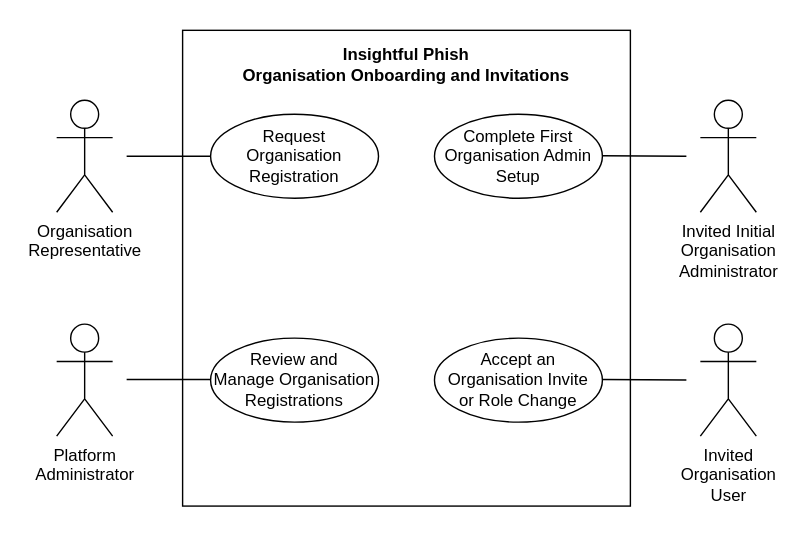
The draw.io diagram docs/demo3/diagrams/srs/use-cases/organisation-onboarding-and-invitations.drawio.svg in COS301-SE-2026/Cybersecurity-Awareness-Training-Platform, before a commit. Source tidied: cells renumbered, new cells last; positions are measured from the earlier drawing's top-left corner, leaving out a move shared by most shapes.
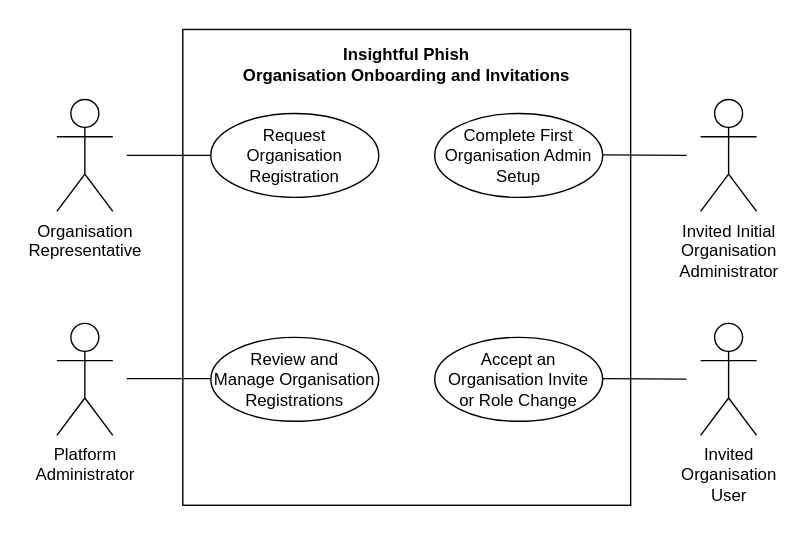
After the commit.

What changed in the source:
```diff
@@ -14,23 +14,23 @@
     <mxCell id="5" value="Request&lt;br&gt;Organisation&lt;br&gt;Registration" style="ellipse;whiteSpace=wrap;html=1;" parent="1" vertex="1">
       <mxGeometry x="110" y="60" width="120" height="60" as="geometry" />
     </mxCell>
-    <mxCell id="6" style="endArrow=none;html=1;rounded=0;entryX=0;entryY=0.5;entryDx=0;entryDy=0;" parent="1" edge="1" target="5">
-      <mxGeometry relative="1" as="geometry">
-        <mxPoint x="50" y="90" as="sourcePoint" />
-      </mxGeometry>
-    </mxCell>
+    <mxCell id="16" style="endArrow=none;html=1;rounded=0;entryX=0;entryY=0.5;entryDx=0;entryDy=0;" parent="1" edge="1" target="5">
+      <mxGeometry relative="1" as="geometry">
+        <mxPoint x="50" y="90" as="sourcePoint" />
+      </mxGeometry>
+    </mxCell>
     <mxCell id="7" value="&lt;p class=&quot;p1&quot;&gt;Insightful Phish&lt;br&gt;Organisation Onboarding and Invitations&lt;/p&gt;" style="text;html=1;whiteSpace=wrap;strokeColor=none;fillColor=none;align=center;verticalAlign=middle;rounded=0;fontStyle=1;" parent="1" vertex="1">
       <mxGeometry x="100" y="10" width="300" height="30" as="geometry" />
     </mxCell>
     <mxCell id="8" value="&lt;div&gt;Invited Initial&lt;br&gt;Organisation&lt;br&gt;Administrator&lt;/div&gt;" style="shape=umlActor;verticalLabelPosition=bottom;verticalAlign=top;html=1;" parent="1" vertex="1">
       <mxGeometry x="460" y="50" width="40" height="80" as="geometry" />
     </mxCell>
-    <mxCell id="9" style="endArrow=none;html=1;rounded=0;" parent="1" edge="1">
-      <mxGeometry relative="1" as="geometry">
-        <mxPoint x="390" y="89.6" as="sourcePoint" />
-        <mxPoint x="450" y="90" as="targetPoint" />
-      </mxGeometry>
-    </mxCell>
+    <mxCell id="17" style="endArrow=none;html=1;rounded=0;" parent="1" edge="1">
+      <mxGeometry relative="1" as="geometry">
+        <mxPoint x="390" y="89.6" as="sourcePoint" />
+        <mxPoint x="450" y="90" as="targetPoint" />
+      </mxGeometry>
+    </mxCell>
     <mxCell id="10" value="&lt;div&gt;Platform&lt;br&gt;Administrator&lt;/div&gt;" style="shape=umlActor;verticalLabelPosition=bottom;verticalAlign=top;html=1;" parent="1" vertex="1">
       <mxGeometry y="210" width="40" height="80" as="geometry" />
     </mxCell>
@@ -43,17 +43,17 @@
     <mxCell id="13" value="Complete First Organisation Admin Setup" style="ellipse;whiteSpace=wrap;html=1;" parent="1" vertex="1">
       <mxGeometry x="270" y="60" width="120" height="60" as="geometry" />
     </mxCell>
-    <mxCell id="14" style="endArrow=none;html=1;rounded=0;entryX=0;entryY=0.5;entryDx=0;entryDy=0;" parent="1" edge="1">
-      <mxGeometry relative="1" as="geometry">
-        <mxPoint x="50" y="249.5" as="sourcePoint" />
-        <mxPoint x="110" y="249.5" as="targetPoint" />
-      </mxGeometry>
-    </mxCell>
-    <mxCell id="15" style="endArrow=none;html=1;rounded=0;" parent="1" edge="1">
-      <mxGeometry relative="1" as="geometry">
-        <mxPoint x="390" y="249.5" as="sourcePoint" />
-        <mxPoint x="450" y="249.9" as="targetPoint" />
-      </mxGeometry>
-    </mxCell>
+    <mxCell id="18" style="endArrow=none;html=1;rounded=0;entryX=0;entryY=0.5;entryDx=0;entryDy=0;" parent="1" edge="1">
+      <mxGeometry relative="1" as="geometry">
+        <mxPoint x="50" y="249.5" as="sourcePoint" />
+        <mxPoint x="110" y="249.5" as="targetPoint" />
+      </mxGeometry>
+    </mxCell>
+    <mxCell id="19" style="endArrow=none;html=1;rounded=0;" parent="1" edge="1">
+      <mxGeometry relative="1" as="geometry">
+        <mxPoint x="390" y="249.5" as="sourcePoint" />
+        <mxPoint x="450" y="249.9" as="targetPoint" />
+      </mxGeometry>
+    </mxCell>
   </root>
 </mxGraphModel>
```
